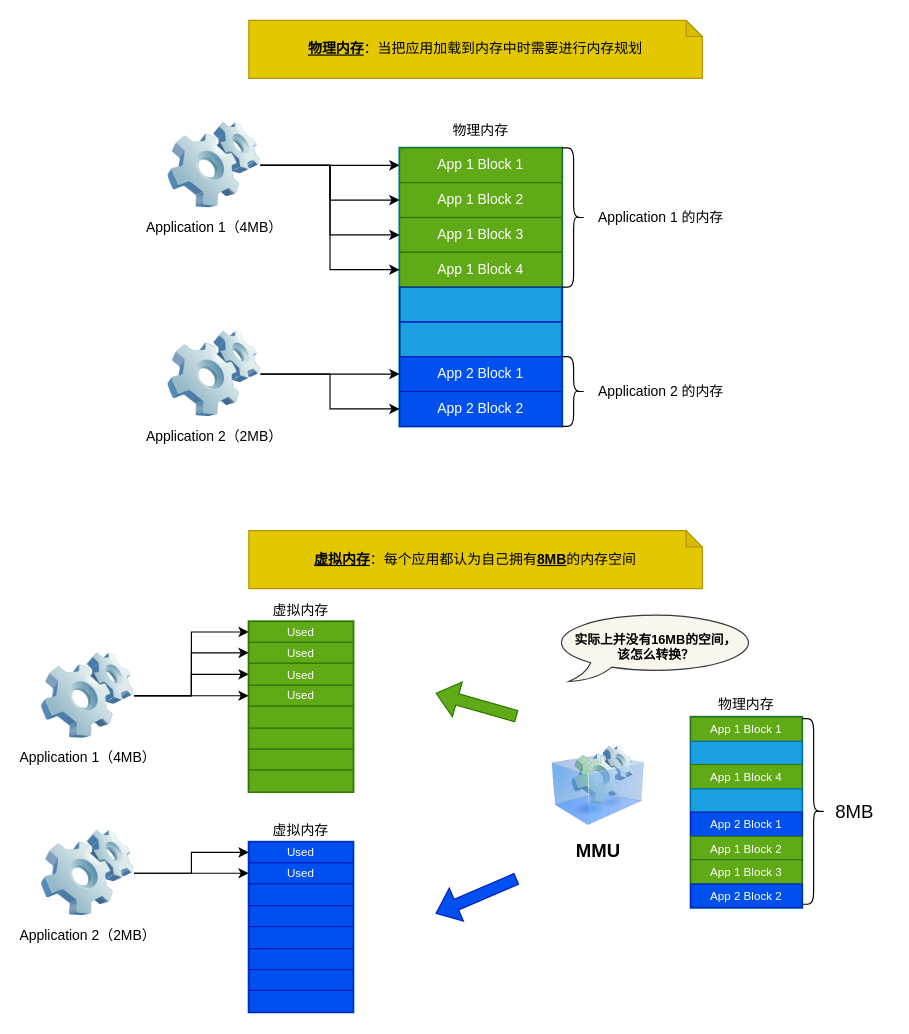
Before: page "虚拟内存" (1 of 2) of images/内存管理.drawio in caoaolong/coding-soul-docs, a draw.io diagram. Source tidied: cells renumbered, new cells numbered last; positions are measured from the earlier drawing's top-left corner, leaving out a move shared by most shapes. Both pictures are drawn from the tidied source at 116%, with x=0, y=0 at pixel (41, 20).
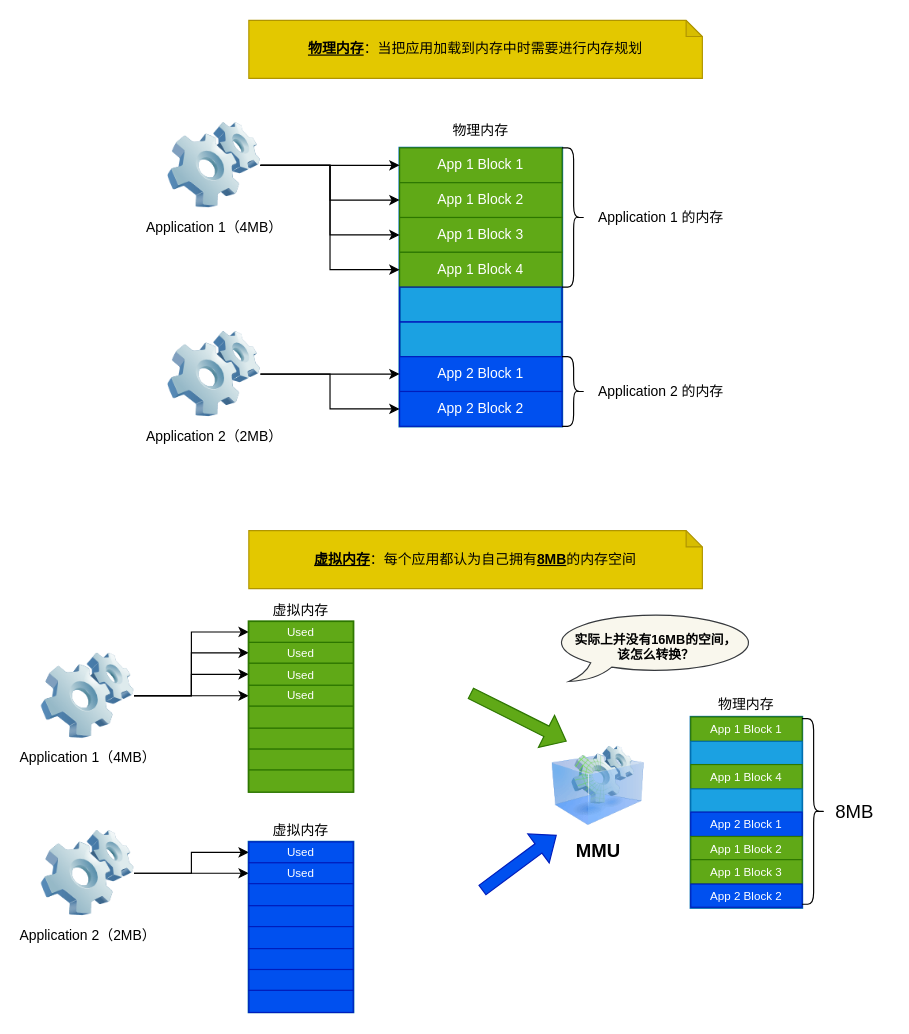
The same diagram, later.

The change refers to these unchanged cells:
```xml
<mxCell id="100" value="&lt;b&gt;&lt;font style=&quot;font-size: 16px;&quot;&gt;MMU&lt;/font&gt;&lt;/b&gt;" style="image;html=1;image=img/lib/clip_art/computers/Virtual_Application_128x128.png;" parent="1" vertex="1">
  <mxGeometry x="440" y="620" width="80" height="80" as="geometry" />
</mxCell>
```

What changed in the source:
```diff
@@
-    <mxCell id="98" style="shape=flexArrow;endArrow=classic;html=1;rounded=0;fillColor=#60a917;strokeColor=#2D7600;" parent="1" edge="1">
+    <mxCell id="98" style="shape=flexArrow;endArrow=classic;html=1;rounded=0;fillColor=#60a917;strokeColor=#2D7600;entryX=0.163;entryY=0.021;entryDx=0;entryDy=0;entryPerimeter=0;" parent="1" edge="1" target="100">
       <mxGeometry relative="1" as="geometry">
-        <mxPoint x="410" y="600" as="sourcePoint" />
-        <mxPoint x="340" y="580" as="targetPoint" />
+        <mxPoint x="370" y="580" as="sourcePoint" />
       </mxGeometry>
     </mxCell>
-    <mxCell id="99" style="shape=flexArrow;endArrow=classic;html=1;rounded=0;fillColor=#0050ef;strokeColor=#001DBC;" parent="1" edge="1">
+    <mxCell id="99" style="shape=flexArrow;endArrow=classic;html=1;rounded=0;fillColor=#0050ef;strokeColor=#001DBC;entryX=0.055;entryY=1.029;entryDx=0;entryDy=0;entryPerimeter=0;" parent="1" edge="1" target="100">
       <mxGeometry relative="1" as="geometry">
-        <mxPoint x="410" y="740" as="sourcePoint" />
-        <mxPoint x="340" y="770" as="targetPoint" />
+        <mxPoint x="380" y="750" as="sourcePoint" />
       </mxGeometry>
     </mxCell>
```
